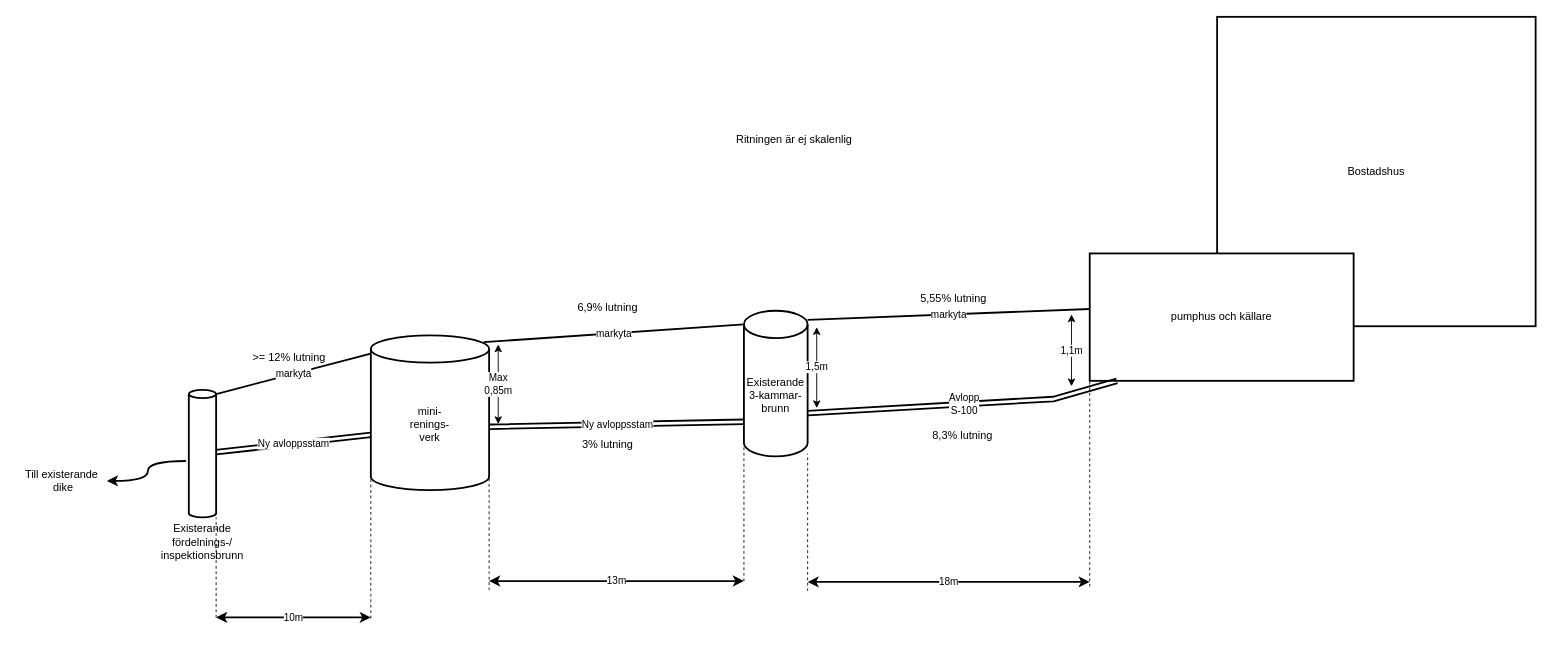
arizon-dread/drawio keeps this draw.io diagram as avlopp/avlopp.drawio. Above is the earlier version. Source tidied: cells renumbered, new cells numbered last; positions are measured from the earlier drawing's top-left corner, leaving out a move shared by most shapes. Both pictures are drawn from the tidied source at 91%, with x=0, y=0 at pixel (15, 16).
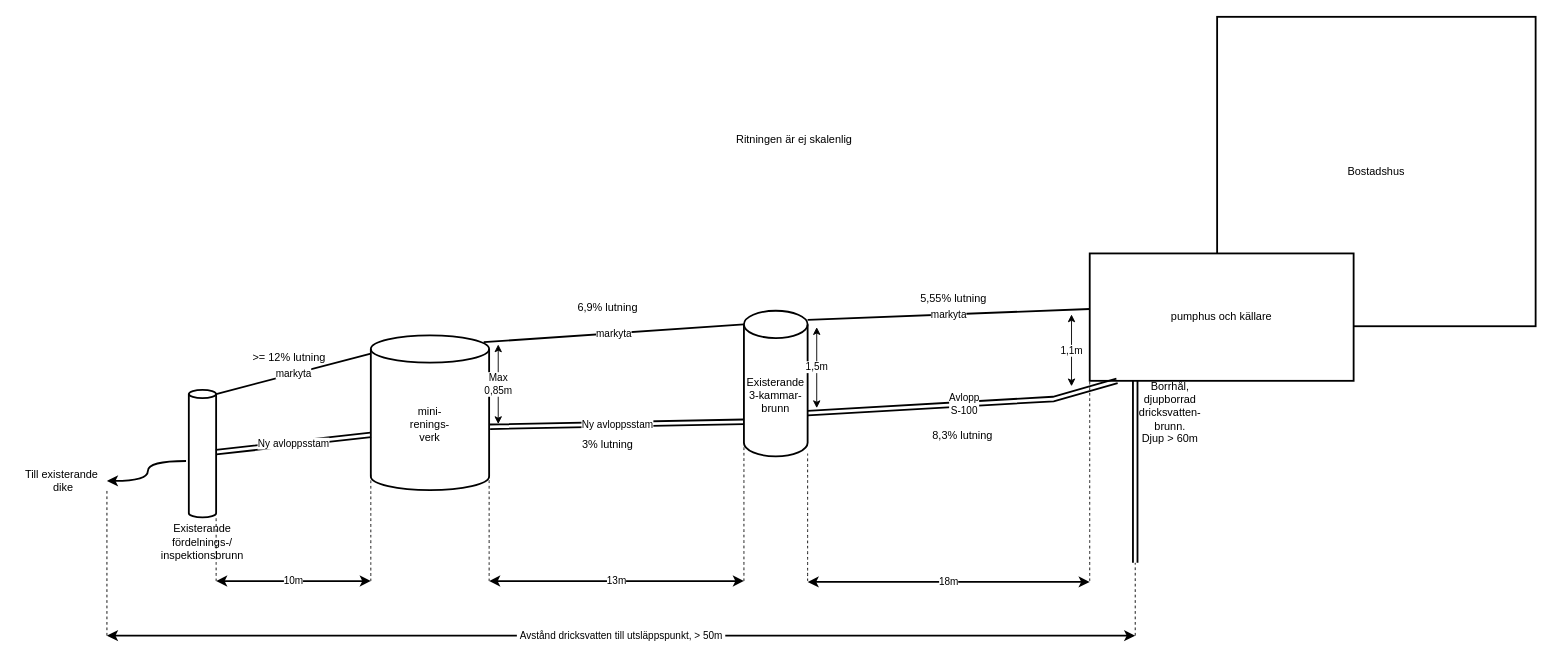
After the change.

Commit message:
lägg till dricksvattenpump

Unchanged cells that the change refers to:
```xml
<mxCell id="4" value="Existerande&lt;br&gt;3-kammar-&lt;br&gt;brunn" style="shape=cylinder3;whiteSpace=wrap;html=1;boundedLbl=1;backgroundOutline=1;size=15;strokeWidth=2;" parent="1" vertex="1">
  <mxGeometry x="800" y="323" width="70" height="160" as="geometry" />
</mxCell>
<mxCell id="7" value="mini-&lt;br&gt;renings-&lt;br&gt;verk" style="shape=cylinder3;whiteSpace=wrap;html=1;boundedLbl=1;backgroundOutline=1;size=15;strokeWidth=2;" parent="1" vertex="1">
  <mxGeometry x="390" y="350" width="130" height="170" as="geometry" />
</mxCell>
```

Diff of the diagram source:
```diff
@@
     <mxCell id="24" style="endArrow=none;dashed=1;html=1;rounded=0;strokeColor=default;curved=1;entryX=1;entryY=0.981;entryDx=0;entryDy=0;entryPerimeter=0;" parent="1" edge="1" target="4">
       <mxGeometry relative="1" as="geometry">
-        <mxPoint x="870" y="631" as="sourcePoint" />
+        <mxPoint x="870" y="620" as="sourcePoint" />
       </mxGeometry>
     </mxCell>
     <mxCell id="25" style="endArrow=none;dashed=1;html=1;rounded=0;strokeColor=default;curved=1;" parent="1" edge="1">
       <mxGeometry relative="1" as="geometry">
-        <mxPoint x="1180" y="626" as="sourcePoint" />
+        <mxPoint x="1180" y="620" as="sourcePoint" />
         <mxPoint x="1180" y="400" as="targetPoint" />
       </mxGeometry>
     </mxCell>
@@
     <mxCell id="28" style="endArrow=none;dashed=1;html=1;rounded=0;strokeColor=default;curved=1;entryX=1;entryY=1;entryDx=0;entryDy=-15;entryPerimeter=0;" parent="1" edge="1" target="7">
       <mxGeometry relative="1" as="geometry">
-        <mxPoint x="520" y="630" as="sourcePoint" />
+        <mxPoint x="520" y="620" as="sourcePoint" />
       </mxGeometry>
     </mxCell>
@@
     <mxCell id="30" style="endArrow=none;dashed=1;html=1;rounded=0;strokeColor=default;curved=1;entryX=0;entryY=1;entryDx=0;entryDy=-15;entryPerimeter=0;" parent="1" edge="1">
       <mxGeometry relative="1" as="geometry">
-        <mxPoint x="390" y="661" as="sourcePoint" />
+        <mxPoint x="390" y="620" as="sourcePoint" />
         <mxPoint x="390" y="500" as="targetPoint" />
       </mxGeometry>
     </mxCell>
     <mxCell id="31" style="endArrow=none;dashed=1;html=1;rounded=0;strokeColor=default;curved=1;entryX=1;entryY=1;entryDx=0;entryDy=-15;entryPerimeter=0;" parent="1" edge="1">
       <mxGeometry relative="1" as="geometry">
-        <mxPoint x="220" y="660" as="sourcePoint" />
+        <mxPoint x="220" y="620" as="sourcePoint" />
         <mxPoint x="220" y="550" as="targetPoint" />
       </mxGeometry>
     </mxCell>
     <mxCell id="32" value="10m" style="endArrow=classic;startArrow=classic;html=1;rounded=0;strokeColor=default;curved=1;strokeWidth=2;" parent="1" edge="1">
       <mxGeometry relative="1" as="geometry">
-        <mxPoint x="220" y="660" as="sourcePoint" />
-        <mxPoint x="390" y="660" as="targetPoint" />
+        <mxPoint x="220" y="620" as="sourcePoint" />
+        <mxPoint x="390" y="620" as="targetPoint" />
       </mxGeometry>
     </mxCell>
+    <mxCell id="33" style="shape=link;html=1;rounded=0;strokeWidth=2;" parent="1" edge="1">
+      <mxGeometry relative="1" as="geometry">
+        <mxPoint x="1230" y="400" as="sourcePoint" />
+        <mxPoint x="1230" y="600" as="targetPoint" />
+      </mxGeometry>
+    </mxCell>
+    <mxCell id="34" value="Borrhål,&lt;br&gt;djupborrad&lt;br&gt;dricksvatten-&lt;br&gt;brunn.&lt;br&gt;Djup &amp;gt; 60m" style="text;html=1;align=center;verticalAlign=middle;strokeColor=none;fillColor=none;" parent="1" vertex="1">
+      <mxGeometry x="1223" y="390" width="90" height="90" as="geometry" />
+    </mxCell>
+    <mxCell id="35" style="endArrow=none;dashed=1;html=1;rounded=0;" parent="1" edge="1">
+      <mxGeometry relative="1" as="geometry">
+        <mxPoint x="1230" y="680" as="sourcePoint" />
+        <mxPoint x="1230" y="600" as="targetPoint" />
+      </mxGeometry>
+    </mxCell>
+    <mxCell id="36" style="endArrow=none;dashed=1;html=1;rounded=0;" parent="1" edge="1">
+      <mxGeometry relative="1" as="geometry">
+        <mxPoint x="100" y="680" as="sourcePoint" />
+        <mxPoint x="100" y="520" as="targetPoint" />
+      </mxGeometry>
+    </mxCell>
+    <mxCell id="37" value="&amp;nbsp;Avstånd dricksvatten till utsläppspunkt, &amp;gt; 50m&amp;nbsp;" style="endArrow=classic;startArrow=classic;html=1;rounded=0;strokeWidth=2;" parent="1" edge="1">
+      <mxGeometry relative="1" as="geometry">
+        <mxPoint x="100" y="680" as="sourcePoint" />
+        <mxPoint x="1230" y="680" as="targetPoint" />
+      </mxGeometry>
+    </mxCell>
```
